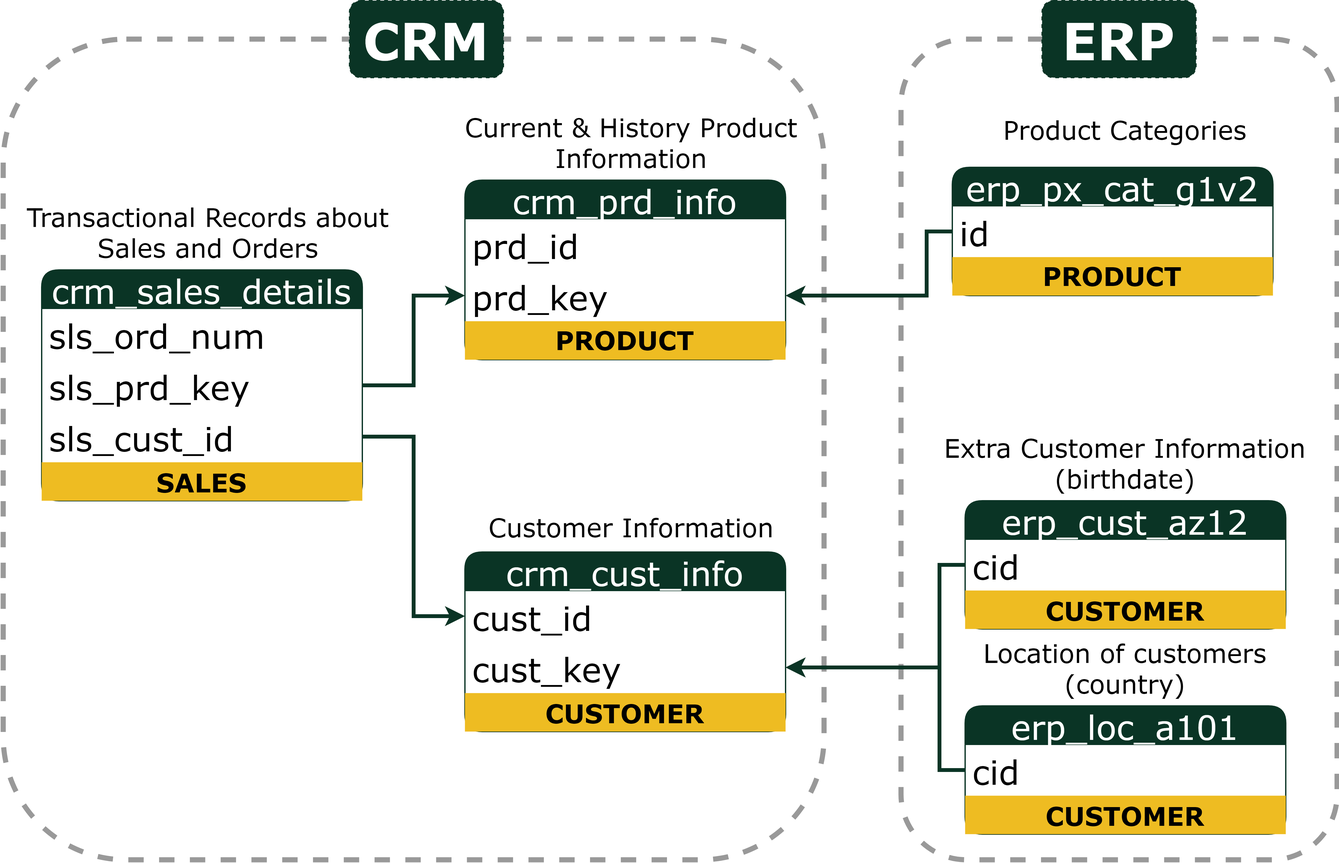
The draw.io diagram docs/data_warehouse/integration_model.png in mmashoto/sql_data_warehouse_project, before a commit. Source tidied: cells renumbered, new cells last; positions are measured from the earlier drawing's top-left corner, leaving out a move shared by most shapes.
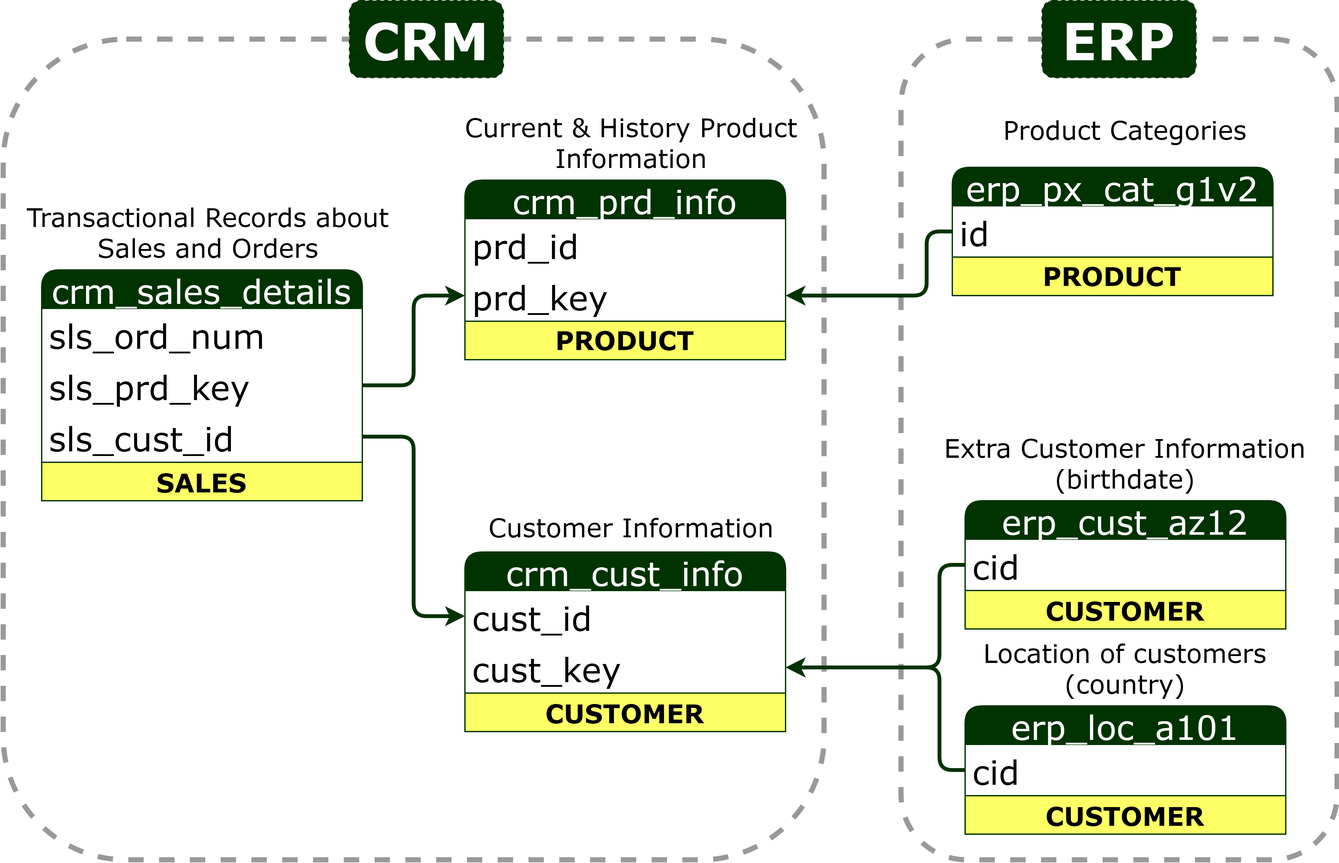
The same file after the commit.

Diff of the diagram source:
```diff
@@ -8,7 +8,7 @@
     <mxCell id="3" style="rounded=1;whiteSpace=wrap;html=1;fontFamily=Verdana;fontSize=20;fillColor=none;dashed=1;strokeColor=#999999;strokeWidth=4;" parent="1" vertex="1">
       <mxGeometry y="30" width="640" height="640" as="geometry" />
     </mxCell>
-    <mxCell id="4" value="crm_cust_info" style="swimlane;fontStyle=0;horizontal=1;startSize=30;fontFamily=Verdana;fontSize=26;fillColor=#0A3425;rounded=1;strokeColor=#0A3425;fontColor=#FFFFFF;" parent="1" vertex="1">
+    <mxCell id="4" value="crm_cust_info" style="swimlane;fontStyle=0;horizontal=1;startSize=30;fontFamily=Verdana;fontSize=26;fillColor=#003300;rounded=1;strokeColor=#003300;fontColor=#FFFFFF;" parent="1" vertex="1">
       <mxGeometry x="360" y="430" width="250" height="140" as="geometry" />
     </mxCell>
     <mxCell id="5" value="cust_id" style="text;strokeColor=none;fillColor=none;align=left;verticalAlign=middle;spacingLeft=4;spacingRight=4;overflow=hidden;points=[[0,0.5],[1,0.5]];portConstraint=eastwest;fontFamily=Verdana;fontSize=26;" parent="4" vertex="1">
@@ -17,13 +17,13 @@
     <mxCell id="6" value="cust_key" style="text;strokeColor=none;fillColor=none;align=left;verticalAlign=middle;spacingLeft=4;spacingRight=4;overflow=hidden;points=[[0,0.5],[1,0.5]];portConstraint=eastwest;fontFamily=Verdana;fontSize=26;" parent="4" vertex="1">
       <mxGeometry y="70" width="250" height="40" as="geometry" />
     </mxCell>
-    <mxCell id="7" value="&lt;font face=&quot;Verdana&quot;&gt;&lt;span style=&quot;font-size: 20px&quot;&gt;&lt;b&gt;CUSTOMER&lt;/b&gt;&lt;/span&gt;&lt;/font&gt;" style="text;html=1;strokeColor=none;fillColor=#EEBC22;align=center;verticalAlign=middle;whiteSpace=wrap;overflow=hidden;sketch=0;" parent="4" vertex="1">
+    <mxCell id="7" value="&lt;font face=&quot;Verdana&quot;&gt;&lt;span style=&quot;font-size: 20px&quot;&gt;&lt;b&gt;CUSTOMER&lt;/b&gt;&lt;/span&gt;&lt;/font&gt;" style="text;html=1;strokeColor=#003300;fillColor=#FFFF66;align=center;verticalAlign=middle;whiteSpace=wrap;overflow=hidden;sketch=0;" parent="4" vertex="1">
       <mxGeometry y="110" width="250" height="30" as="geometry" />
     </mxCell>
     <mxCell id="8" value="Customer Information" style="text;html=1;strokeColor=none;fillColor=none;align=center;verticalAlign=middle;whiteSpace=wrap;rounded=0;fontFamily=Verdana;fontSize=20;" parent="1" vertex="1">
       <mxGeometry x="340" y="390" width="300" height="40" as="geometry" />
     </mxCell>
-    <mxCell id="9" value="crm_prd_info" style="swimlane;fontStyle=0;horizontal=1;startSize=30;fontFamily=Verdana;fontSize=26;fillColor=#0A3425;rounded=1;strokeColor=#0A3425;fontColor=#FFFFFF;" parent="1" vertex="1">
+    <mxCell id="9" value="crm_prd_info" style="swimlane;fontStyle=0;horizontal=1;startSize=30;fontFamily=Verdana;fontSize=26;fillColor=#003300;rounded=1;strokeColor=#003300;fontColor=#FFFFFF;" parent="1" vertex="1">
       <mxGeometry x="360" y="140" width="250" height="140" as="geometry" />
     </mxCell>
     <mxCell id="10" value="prd_id" style="text;strokeColor=none;fillColor=none;align=left;verticalAlign=middle;spacingLeft=4;spacingRight=4;overflow=hidden;fontFamily=Verdana;fontSize=26;" parent="9" vertex="1">
@@ -32,13 +32,13 @@
     <mxCell id="11" value="prd_key" style="text;strokeColor=none;fillColor=none;align=left;verticalAlign=middle;spacingLeft=4;spacingRight=4;overflow=hidden;points=[[0,0.5],[1,0.5]];portConstraint=eastwest;fontFamily=Verdana;fontSize=26;strokeWidth=3;" parent="9" vertex="1">
       <mxGeometry y="70" width="250" height="40" as="geometry" />
     </mxCell>
-    <mxCell id="12" value="&lt;span style=&quot;font-size: 20px&quot;&gt;&lt;b&gt;&lt;font face=&quot;Verdana&quot;&gt;PRODUCT&lt;/font&gt;&lt;/b&gt;&lt;/span&gt;" style="text;html=1;strokeColor=none;fillColor=#EEBC22;align=center;verticalAlign=middle;whiteSpace=wrap;overflow=hidden;sketch=0;" parent="9" vertex="1">
+    <mxCell id="12" value="&lt;span style=&quot;font-size: 20px&quot;&gt;&lt;b&gt;&lt;font face=&quot;Verdana&quot;&gt;PRODUCT&lt;/font&gt;&lt;/b&gt;&lt;/span&gt;" style="text;html=1;strokeColor=#003300;fillColor=#FFFF66;align=center;verticalAlign=middle;whiteSpace=wrap;overflow=hidden;sketch=0;" parent="9" vertex="1">
       <mxGeometry y="110" width="250" height="30" as="geometry" />
     </mxCell>
     <mxCell id="13" value="Current &amp;amp; History Product Information" style="text;html=1;strokeColor=none;fillColor=none;align=center;verticalAlign=middle;whiteSpace=wrap;rounded=0;fontFamily=Verdana;fontSize=20;" parent="1" vertex="1">
       <mxGeometry x="340" y="90" width="300" height="40" as="geometry" />
     </mxCell>
-    <mxCell id="14" value="crm_sales_details" style="swimlane;fontStyle=0;horizontal=1;startSize=30;fontFamily=Verdana;fontSize=26;fillColor=#0A3425;rounded=1;strokeColor=#0A3425;fontColor=#FFFFFF;strokeWidth=1;" parent="1" vertex="1">
+    <mxCell id="14" value="crm_sales_details" style="swimlane;fontStyle=0;horizontal=1;startSize=30;fontFamily=Verdana;fontSize=26;fillColor=#003300;rounded=1;strokeColor=#003300;fontColor=#FFFFFF;strokeWidth=1;" parent="1" vertex="1">
       <mxGeometry x="30" y="210" width="250" height="180" as="geometry" />
     </mxCell>
     <mxCell id="15" value="sls_ord_num" style="text;strokeColor=none;fillColor=none;align=left;verticalAlign=middle;spacingLeft=4;spacingRight=4;overflow=hidden;fontFamily=Verdana;fontSize=26;" parent="14" vertex="1">
@@ -50,58 +50,58 @@
     <mxCell id="17" value="sls_cust_id" style="text;strokeColor=none;fillColor=none;align=left;verticalAlign=middle;spacingLeft=4;spacingRight=4;overflow=hidden;points=[[0,0.5],[1,0.5]];portConstraint=eastwest;fontFamily=Verdana;fontSize=26;" parent="14" vertex="1">
       <mxGeometry y="110" width="250" height="40" as="geometry" />
     </mxCell>
-    <mxCell id="18" value="&lt;font face=&quot;Verdana&quot;&gt;&lt;span style=&quot;font-size: 20px&quot;&gt;&lt;b&gt;SALES&lt;/b&gt;&lt;/span&gt;&lt;/font&gt;" style="text;html=1;strokeColor=none;fillColor=#EEBC22;align=center;verticalAlign=middle;whiteSpace=wrap;overflow=hidden;sketch=0;" parent="14" vertex="1">
+    <mxCell id="18" value="&lt;font face=&quot;Verdana&quot;&gt;&lt;span style=&quot;font-size: 20px&quot;&gt;&lt;b&gt;SALES&lt;/b&gt;&lt;/span&gt;&lt;/font&gt;" style="text;html=1;strokeColor=#003300;fillColor=#FFFF66;align=center;verticalAlign=middle;whiteSpace=wrap;overflow=hidden;sketch=0;" parent="14" vertex="1">
       <mxGeometry y="150" width="250" height="30" as="geometry" />
     </mxCell>
     <mxCell id="19" value="Transactional Records about Sales and Orders" style="text;html=1;strokeColor=none;fillColor=none;align=center;verticalAlign=middle;whiteSpace=wrap;rounded=0;fontFamily=Verdana;fontSize=20;" parent="1" vertex="1">
       <mxGeometry x="10" y="160" width="300" height="40" as="geometry" />
     </mxCell>
-    <mxCell id="20" style="edgeStyle=orthogonalEdgeStyle;rounded=0;jettySize=auto;html=1;exitX=1;exitY=0.5;exitDx=0;exitDy=0;entryX=0;entryY=0.5;entryDx=0;entryDy=0;fontFamily=Verdana;fontSize=20;strokeWidth=3;strokeColor=#0A3425;" parent="1" edge="1" source="16" target="11">
+    <mxCell id="20" style="edgeStyle=orthogonalEdgeStyle;rounded=1;jettySize=auto;html=1;exitX=1;exitY=0.5;exitDx=0;exitDy=0;entryX=0;entryY=0.5;entryDx=0;entryDy=0;fontFamily=Verdana;fontSize=20;strokeWidth=3;strokeColor=#003300;" parent="1" edge="1" source="16" target="11">
       <mxGeometry relative="1" as="geometry" />
     </mxCell>
-    <mxCell id="21" style="edgeStyle=orthogonalEdgeStyle;rounded=0;jettySize=auto;html=1;exitX=1;exitY=0.5;exitDx=0;exitDy=0;fontFamily=Verdana;fontSize=20;entryX=0;entryY=0.5;entryDx=0;entryDy=0;strokeWidth=3;strokeColor=#0A3425;" parent="1" edge="1" source="17" target="5">
+    <mxCell id="21" style="edgeStyle=orthogonalEdgeStyle;rounded=1;jettySize=auto;html=1;exitX=1;exitY=0.5;exitDx=0;exitDy=0;fontFamily=Verdana;fontSize=20;entryX=0;entryY=0.5;entryDx=0;entryDy=0;strokeWidth=3;strokeColor=#003300;" parent="1" edge="1" source="17" target="5">
       <mxGeometry relative="1" as="geometry" />
     </mxCell>
-    <mxCell id="22" value="erp_cust_az12" style="swimlane;fontStyle=0;horizontal=1;startSize=30;fontFamily=Verdana;fontSize=26;fillColor=#0A3425;rounded=1;strokeColor=#0A3425;fontColor=#FFFFFF;" parent="1" vertex="1">
+    <mxCell id="22" value="erp_cust_az12" style="swimlane;fontStyle=0;horizontal=1;startSize=30;fontFamily=Verdana;fontSize=26;fillColor=#003300;rounded=1;strokeColor=#003300;fontColor=#FFFFFF;" parent="1" vertex="1">
       <mxGeometry x="750" y="390" width="250" height="100" as="geometry" />
     </mxCell>
     <mxCell id="23" value="cid" style="text;strokeColor=none;fillColor=none;align=left;verticalAlign=middle;spacingLeft=4;spacingRight=4;overflow=hidden;points=[[0,0.5],[1,0.5]];portConstraint=eastwest;fontFamily=Verdana;fontSize=26;" parent="22" vertex="1">
       <mxGeometry y="30" width="250" height="40" as="geometry" />
     </mxCell>
-    <mxCell id="24" value="&lt;font face=&quot;Verdana&quot;&gt;&lt;span style=&quot;font-size: 20px&quot;&gt;&lt;b&gt;CUSTOMER&lt;/b&gt;&lt;/span&gt;&lt;/font&gt;" style="text;html=1;strokeColor=none;fillColor=#EEBC22;align=center;verticalAlign=middle;whiteSpace=wrap;overflow=hidden;sketch=0;" parent="22" vertex="1">
+    <mxCell id="24" value="&lt;font face=&quot;Verdana&quot;&gt;&lt;span style=&quot;font-size: 20px&quot;&gt;&lt;b&gt;CUSTOMER&lt;/b&gt;&lt;/span&gt;&lt;/font&gt;" style="text;html=1;strokeColor=#003300;fillColor=#FFFF66;align=center;verticalAlign=middle;whiteSpace=wrap;overflow=hidden;sketch=0;" parent="22" vertex="1">
       <mxGeometry y="70" width="250" height="30" as="geometry" />
     </mxCell>
     <mxCell id="25" value="Extra Customer Information (birthdate)" style="text;html=1;strokeColor=none;fillColor=none;align=center;verticalAlign=middle;whiteSpace=wrap;rounded=0;fontFamily=Verdana;fontSize=20;" parent="1" vertex="1">
       <mxGeometry x="725" y="340" width="300" height="40" as="geometry" />
     </mxCell>
-    <mxCell id="26" value="erp_loc_a101" style="swimlane;fontStyle=0;horizontal=1;startSize=30;fontFamily=Verdana;fontSize=26;fillColor=#0A3425;rounded=1;strokeColor=#0A3425;fontColor=#FFFFFF;" parent="1" vertex="1">
+    <mxCell id="26" value="erp_loc_a101" style="swimlane;fontStyle=0;horizontal=1;startSize=30;fontFamily=Verdana;fontSize=26;fillColor=#003300;rounded=1;strokeColor=#003300;fontColor=#FFFFFF;" parent="1" vertex="1">
       <mxGeometry x="750" y="550" width="250" height="100" as="geometry" />
     </mxCell>
     <mxCell id="27" value="cid" style="text;strokeColor=none;fillColor=none;align=left;verticalAlign=middle;spacingLeft=4;spacingRight=4;overflow=hidden;points=[[0,0.5],[1,0.5]];portConstraint=eastwest;fontFamily=Verdana;fontSize=26;" parent="26" vertex="1">
       <mxGeometry y="30" width="250" height="40" as="geometry" />
     </mxCell>
-    <mxCell id="28" value="&lt;font face=&quot;Verdana&quot;&gt;&lt;span style=&quot;font-size: 20px&quot;&gt;&lt;b&gt;CUSTOMER&lt;/b&gt;&lt;/span&gt;&lt;/font&gt;" style="text;html=1;strokeColor=none;fillColor=#EEBC22;align=center;verticalAlign=middle;whiteSpace=wrap;overflow=hidden;sketch=0;" parent="26" vertex="1">
+    <mxCell id="28" value="&lt;font face=&quot;Verdana&quot;&gt;&lt;span style=&quot;font-size: 20px&quot;&gt;&lt;b&gt;CUSTOMER&lt;/b&gt;&lt;/span&gt;&lt;/font&gt;" style="text;html=1;strokeColor=#003300;fillColor=#FFFF66;align=center;verticalAlign=middle;whiteSpace=wrap;overflow=hidden;sketch=0;" parent="26" vertex="1">
       <mxGeometry y="70" width="250" height="30" as="geometry" />
     </mxCell>
     <mxCell id="29" value="Location of customers (country)" style="text;html=1;strokeColor=none;fillColor=none;align=center;verticalAlign=middle;whiteSpace=wrap;rounded=0;fontFamily=Verdana;fontSize=20;" parent="1" vertex="1">
       <mxGeometry x="725" y="500" width="300" height="40" as="geometry" />
     </mxCell>
-    <mxCell id="30" value="erp_px_cat_g1v2" style="swimlane;fontStyle=0;horizontal=1;startSize=30;fontFamily=Verdana;fontSize=26;fillColor=#0A3425;rounded=1;strokeColor=#0A3425;fontColor=#FFFFFF;" parent="1" vertex="1">
+    <mxCell id="30" value="erp_px_cat_g1v2" style="swimlane;fontStyle=0;horizontal=1;startSize=30;fontFamily=Verdana;fontSize=26;fillColor=#003300;rounded=1;strokeColor=#003300;fontColor=#FFFFFF;" parent="1" vertex="1">
       <mxGeometry x="740" y="130" width="250" height="100" as="geometry" />
     </mxCell>
     <mxCell id="31" value="id" style="text;strokeColor=none;fillColor=none;align=left;verticalAlign=middle;spacingLeft=4;spacingRight=4;overflow=hidden;points=[[0,0.5],[1,0.5]];portConstraint=eastwest;fontFamily=Verdana;fontSize=26;" parent="30" vertex="1">
       <mxGeometry y="30" width="250" height="40" as="geometry" />
     </mxCell>
-    <mxCell id="32" value="&lt;span style=&quot;font-size: 20px&quot;&gt;&lt;b&gt;&lt;font face=&quot;Verdana&quot;&gt;PRODUCT&lt;/font&gt;&lt;/b&gt;&lt;/span&gt;" style="text;html=1;strokeColor=none;fillColor=#EEBC22;align=center;verticalAlign=middle;whiteSpace=wrap;overflow=hidden;sketch=0;" parent="30" vertex="1">
+    <mxCell id="32" value="&lt;span style=&quot;font-size: 20px&quot;&gt;&lt;b&gt;&lt;font face=&quot;Verdana&quot;&gt;PRODUCT&lt;/font&gt;&lt;/b&gt;&lt;/span&gt;" style="text;html=1;strokeColor=#003300;fillColor=#FFFF66;align=center;verticalAlign=middle;whiteSpace=wrap;overflow=hidden;sketch=0;" parent="30" vertex="1">
       <mxGeometry y="70" width="250" height="30" as="geometry" />
     </mxCell>
     <mxCell id="33" value="Product Categories" style="text;html=1;strokeColor=none;fillColor=none;align=center;verticalAlign=middle;whiteSpace=wrap;rounded=0;fontFamily=Verdana;fontSize=20;" parent="1" vertex="1">
       <mxGeometry x="725" y="80" width="300" height="40" as="geometry" />
     </mxCell>
-    <mxCell id="34" value="&lt;font style=&quot;font-size: 40px&quot; color=&quot;#ffffff&quot;&gt;&lt;b&gt;CRM&lt;/b&gt;&lt;/font&gt;" style="rounded=1;whiteSpace=wrap;html=1;dashed=1;fontFamily=Verdana;fontSize=20;fillColor=#0A3425;strokeColor=#0A3425;" parent="1" vertex="1">
+    <mxCell id="34" value="&lt;font style=&quot;font-size: 40px&quot; color=&quot;#ffffff&quot;&gt;&lt;b&gt;CRM&lt;/b&gt;&lt;/font&gt;" style="rounded=1;whiteSpace=wrap;html=1;dashed=1;fontFamily=Verdana;fontSize=20;fillColor=#003300;strokeColor=#003300;" parent="1" vertex="1">
       <mxGeometry x="270" width="120" height="60" as="geometry" />
     </mxCell>
-    <mxCell id="35" style="edgeStyle=orthogonalEdgeStyle;rounded=0;jettySize=auto;html=1;fontFamily=Verdana;fontSize=20;exitX=0;exitY=0.5;exitDx=0;exitDy=0;strokeWidth=3;strokeColor=#0A3425;" parent="1" edge="1" source="23" target="6">
+    <mxCell id="35" style="edgeStyle=orthogonalEdgeStyle;rounded=1;jettySize=auto;html=1;fontFamily=Verdana;fontSize=20;exitX=0;exitY=0.5;exitDx=0;exitDy=0;strokeWidth=3;strokeColor=#003300;" parent="1" edge="1" source="23" target="6">
       <mxGeometry relative="1" as="geometry">
         <Array as="points">
           <mxPoint x="730" y="440" />
@@ -109,10 +109,10 @@
         </Array>
       </mxGeometry>
     </mxCell>
-    <mxCell id="36" value="&lt;b&gt;&lt;font color=&quot;#ffffff&quot;&gt;ERP&lt;/font&gt;&lt;/b&gt;" style="rounded=1;whiteSpace=wrap;html=1;dashed=1;fontFamily=Verdana;fontSize=40;fillColor=#0A3425;strokeColor=#0A3425;" parent="1" vertex="1">
+    <mxCell id="36" value="&lt;b&gt;&lt;font color=&quot;#ffffff&quot;&gt;ERP&lt;/font&gt;&lt;/b&gt;" style="rounded=1;whiteSpace=wrap;html=1;dashed=1;fontFamily=Verdana;fontSize=40;fillColor=#003300;strokeColor=#003300;" parent="1" vertex="1">
       <mxGeometry x="810" width="120" height="60" as="geometry" />
     </mxCell>
-    <mxCell id="37" style="edgeStyle=orthogonalEdgeStyle;rounded=0;jettySize=auto;html=1;fontFamily=Verdana;fontSize=40;exitX=0;exitY=0.5;exitDx=0;exitDy=0;strokeWidth=3;strokeColor=#0A3425;" parent="1" edge="1" source="31" target="11">
+    <mxCell id="37" style="edgeStyle=orthogonalEdgeStyle;rounded=1;jettySize=auto;html=1;fontFamily=Verdana;fontSize=40;exitX=0;exitY=0.5;exitDx=0;exitDy=0;strokeWidth=3;strokeColor=#003300;" parent="1" edge="1" source="31" target="11">
       <mxGeometry relative="1" as="geometry">
         <Array as="points">
           <mxPoint x="720" y="180" />
@@ -120,7 +120,7 @@
         </Array>
       </mxGeometry>
     </mxCell>
-    <mxCell id="38" style="edgeStyle=orthogonalEdgeStyle;rounded=0;jettySize=auto;html=1;strokeWidth=3;entryX=1;entryY=0.5;entryDx=0;entryDy=0;exitX=0;exitY=0.5;exitDx=0;exitDy=0;strokeColor=#0A3425;" parent="1" edge="1" source="27" target="6">
+    <mxCell id="38" style="edgeStyle=orthogonalEdgeStyle;rounded=1;jettySize=auto;html=1;strokeWidth=3;entryX=1;entryY=0.5;entryDx=0;entryDy=0;exitX=0;exitY=0.5;exitDx=0;exitDy=0;strokeColor=#003300;" parent="1" edge="1" source="27" target="6">
       <mxGeometry relative="1" as="geometry">
         <Array as="points">
           <mxPoint x="730" y="600" />
```
